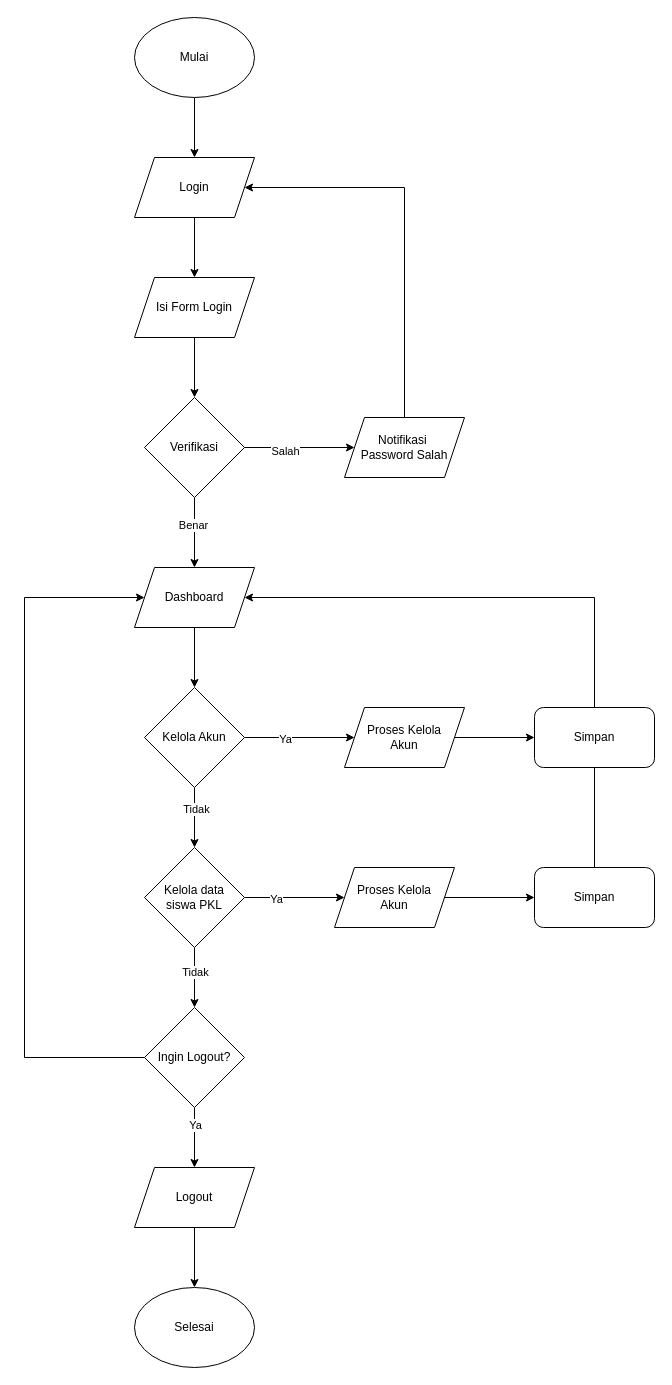
This is Flowchart/Flowchart Admin.drawio from SKARIGA-RPL-XII/project-kka-Fakhrudinsyah, a draw.io file, before an edit. Source tidied: cells renumbered, new cells numbered last; positions are measured from the earlier drawing's top-left corner, leaving out a move shared by most shapes. Both pictures are drawn from the tidied source at 100%, with x=0, y=0 at pixel (24, 17).
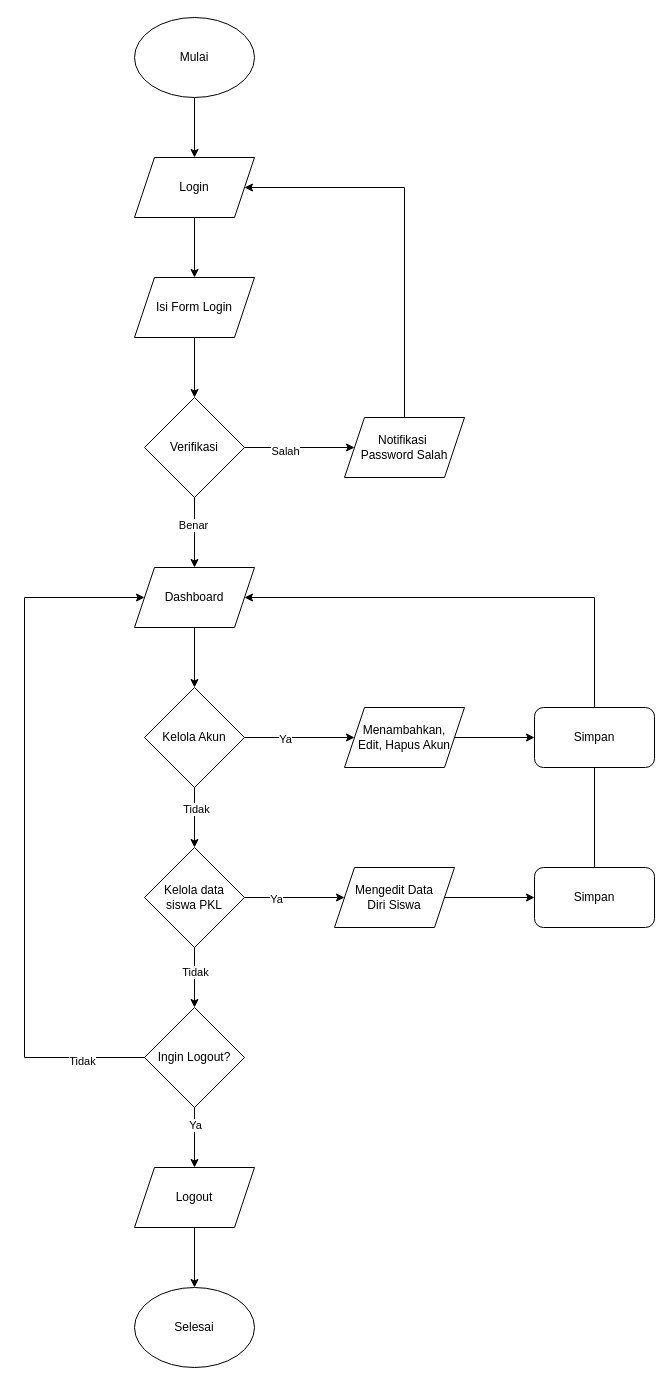
The same page after the edit.

Unchanged cells that the change refers to:
```xml
<mxCell id="39" style="edgeStyle=orthogonalEdgeStyle;rounded=0;jettySize=auto;html=1;exitX=0;exitY=0.5;exitDx=0;exitDy=0;" parent="1" edge="1" source="37" target="21">
  <mxGeometry relative="1" as="geometry">
    <Array as="points">
      <mxPoint y="1040" />
      <mxPoint y="580" />
    </Array>
  </mxGeometry>
</mxCell>
```

Diff of the diagram source:
```diff
@@
-    <mxCell id="23" value="Proses Kelola&lt;div&gt;Akun&lt;/div&gt;" style="shape=parallelogram;perimeter=parallelogramPerimeter;whiteSpace=wrap;html=1;fixedSize=1;" parent="1" vertex="1">
+    <mxCell id="23" value="Menambahkan,&lt;div&gt;Edit, Hapus Akun&lt;/div&gt;" style="shape=parallelogram;perimeter=parallelogramPerimeter;whiteSpace=wrap;html=1;fixedSize=1;" parent="1" vertex="1">
       <mxGeometry x="320" y="690" width="120" height="60" as="geometry" />
     </mxCell>
@@
-    <mxCell id="30" value="Proses Kelola&lt;div&gt;Akun&lt;/div&gt;" style="shape=parallelogram;perimeter=parallelogramPerimeter;whiteSpace=wrap;html=1;fixedSize=1;" parent="1" vertex="1">
+    <mxCell id="30" value="Mengedit Data&lt;div&gt;Diri Siswa&lt;/div&gt;" style="shape=parallelogram;perimeter=parallelogramPerimeter;whiteSpace=wrap;html=1;fixedSize=1;" parent="1" vertex="1">
       <mxGeometry x="310" y="850" width="120" height="60" as="geometry" />
     </mxCell>
@@
+    <mxCell id="42" value="Tidak" style="edgeLabel;html=1;align=center;verticalAlign=middle;" parent="39" vertex="1">
+      <mxGeometry x="-0.82" y="3" relative="1" as="geometry" />
+    </mxCell>
```
